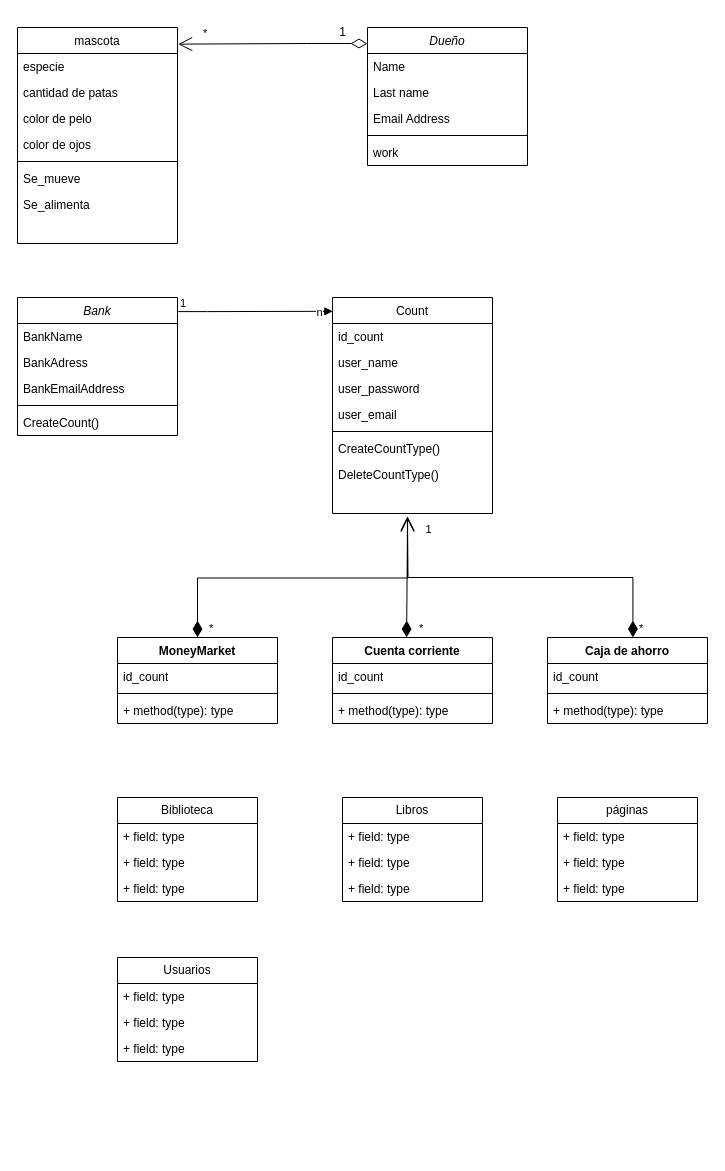
JonathanUrquiza/DER keeps this draw.io diagram as Diagrama de clases.drawio. Above is the earlier version. Source tidied: cells renumbered, new cells numbered last; positions are measured from the earlier drawing's top-left corner, leaving out a move shared by most shapes. Both pictures are drawn from the tidied source at 100%, with x=0, y=0 at pixel (17, 17).
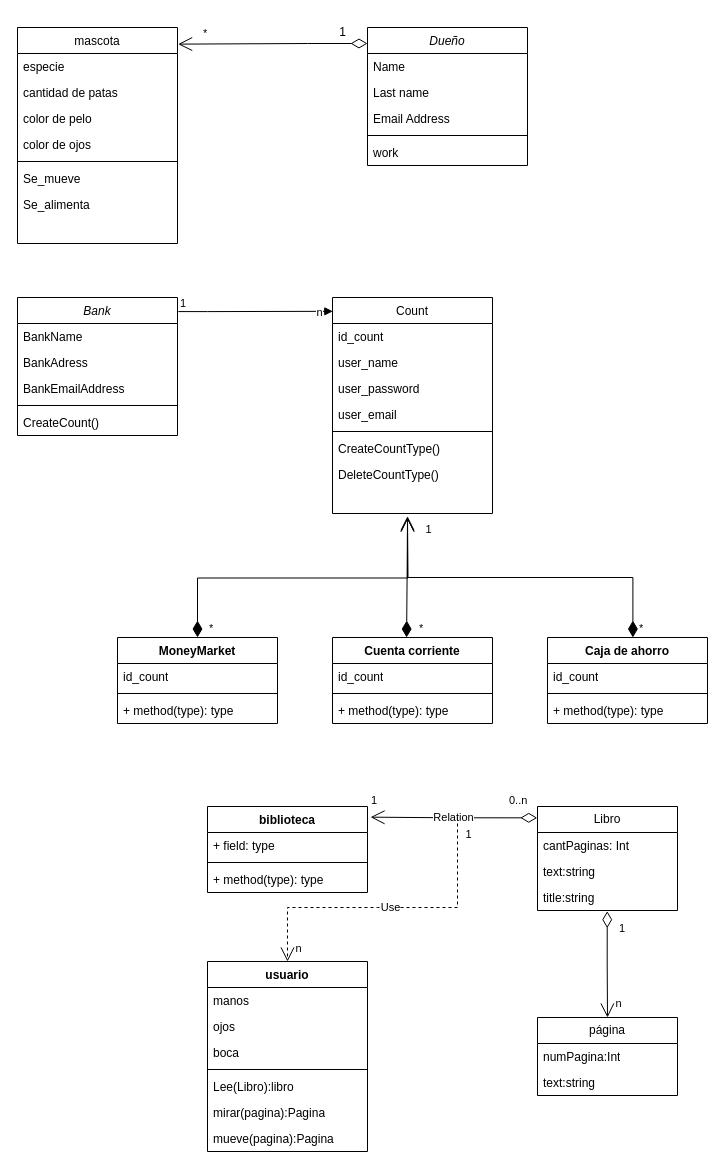
The same page after the edit.

What changed in the source:
```diff
@@
-    <mxCell id="51" value="Biblioteca" style="swimlane;fontStyle=0;horizontal=1;startSize=26;fillColor=none;whiteSpace=wrap;html=1;" parent="1" vertex="1">
-      <mxGeometry x="100" y="780" width="140" height="104" as="geometry" />
-    </mxCell>
-    <mxCell id="52" value="+ field: type" style="text;strokeColor=none;fillColor=none;align=left;verticalAlign=top;spacingLeft=4;spacingRight=4;overflow=hidden;whiteSpace=wrap;html=1;" parent="51" vertex="1">
-      <mxGeometry y="26" width="140" height="26" as="geometry" />
-    </mxCell>
-    <mxCell id="53" value="+ field: type" style="text;strokeColor=none;fillColor=none;align=left;verticalAlign=top;spacingLeft=4;spacingRight=4;overflow=hidden;whiteSpace=wrap;html=1;" parent="51" vertex="1">
-      <mxGeometry y="52" width="140" height="26" as="geometry" />
-    </mxCell>
-    <mxCell id="54" value="+ field: type" style="text;strokeColor=none;fillColor=none;align=left;verticalAlign=top;spacingLeft=4;spacingRight=4;overflow=hidden;whiteSpace=wrap;html=1;" parent="51" vertex="1">
-      <mxGeometry y="78" width="140" height="26" as="geometry" />
-    </mxCell>
-    <mxCell id="55" value="Libros" style="swimlane;fontStyle=0;horizontal=1;startSize=26;fillColor=none;whiteSpace=wrap;html=1;" parent="1" vertex="1">
-      <mxGeometry x="325" y="780" width="140" height="104" as="geometry" />
-    </mxCell>
-    <mxCell id="56" value="+ field: type" style="text;strokeColor=none;fillColor=none;align=left;verticalAlign=top;spacingLeft=4;spacingRight=4;overflow=hidden;whiteSpace=wrap;html=1;" parent="55" vertex="1">
-      <mxGeometry y="26" width="140" height="26" as="geometry" />
-    </mxCell>
-    <mxCell id="57" value="+ field: type" style="text;strokeColor=none;fillColor=none;align=left;verticalAlign=top;spacingLeft=4;spacingRight=4;overflow=hidden;whiteSpace=wrap;html=1;" parent="55" vertex="1">
-      <mxGeometry y="52" width="140" height="26" as="geometry" />
-    </mxCell>
-    <mxCell id="58" value="+ field: type" style="text;strokeColor=none;fillColor=none;align=left;verticalAlign=top;spacingLeft=4;spacingRight=4;overflow=hidden;whiteSpace=wrap;html=1;" parent="55" vertex="1">
-      <mxGeometry y="78" width="140" height="26" as="geometry" />
-    </mxCell>
-    <mxCell id="59" value="páginas" style="swimlane;fontStyle=0;horizontal=1;startSize=26;fillColor=none;whiteSpace=wrap;html=1;" parent="1" vertex="1">
-      <mxGeometry x="540" y="780" width="140" height="104" as="geometry" />
-    </mxCell>
-    <mxCell id="60" value="+ field: type" style="text;strokeColor=none;fillColor=none;align=left;verticalAlign=top;spacingLeft=4;spacingRight=4;overflow=hidden;whiteSpace=wrap;html=1;" parent="59" vertex="1">
-      <mxGeometry y="26" width="140" height="26" as="geometry" />
-    </mxCell>
-    <mxCell id="61" value="+ field: type" style="text;strokeColor=none;fillColor=none;align=left;verticalAlign=top;spacingLeft=4;spacingRight=4;overflow=hidden;whiteSpace=wrap;html=1;" parent="59" vertex="1">
-      <mxGeometry y="52" width="140" height="26" as="geometry" />
-    </mxCell>
-    <mxCell id="62" value="+ field: type" style="text;strokeColor=none;fillColor=none;align=left;verticalAlign=top;spacingLeft=4;spacingRight=4;overflow=hidden;whiteSpace=wrap;html=1;" parent="59" vertex="1">
-      <mxGeometry y="78" width="140" height="26" as="geometry" />
-    </mxCell>
-    <mxCell id="63" value="Usuarios" style="swimlane;fontStyle=0;horizontal=1;startSize=26;fillColor=none;whiteSpace=wrap;html=1;" parent="1" vertex="1">
-      <mxGeometry x="100" y="940" width="140" height="104" as="geometry" />
-    </mxCell>
-    <mxCell id="64" value="+ field: type" style="text;strokeColor=none;fillColor=none;align=left;verticalAlign=top;spacingLeft=4;spacingRight=4;overflow=hidden;whiteSpace=wrap;html=1;" parent="63" vertex="1">
-      <mxGeometry y="26" width="140" height="26" as="geometry" />
-    </mxCell>
-    <mxCell id="65" value="+ field: type" style="text;strokeColor=none;fillColor=none;align=left;verticalAlign=top;spacingLeft=4;spacingRight=4;overflow=hidden;whiteSpace=wrap;html=1;" parent="63" vertex="1">
-      <mxGeometry y="52" width="140" height="26" as="geometry" />
-    </mxCell>
-    <mxCell id="66" value="+ field: type" style="text;strokeColor=none;fillColor=none;align=left;verticalAlign=top;spacingLeft=4;spacingRight=4;overflow=hidden;whiteSpace=wrap;html=1;" parent="63" vertex="1">
-      <mxGeometry y="78" width="140" height="26" as="geometry" />
-    </mxCell>
+    <mxCell id="67" value="usuario" style="swimlane;fontStyle=1;align=center;verticalAlign=top;horizontal=1;startSize=26;whiteSpace=wrap;html=1;" parent="1" vertex="1">
+      <mxGeometry x="190" y="944" width="160" height="190" as="geometry" />
+    </mxCell>
+    <mxCell id="68" value="manos" style="text;strokeColor=none;fillColor=none;align=left;verticalAlign=top;spacingLeft=4;spacingRight=4;overflow=hidden;whiteSpace=wrap;html=1;" parent="67" vertex="1">
+      <mxGeometry y="26" width="160" height="26" as="geometry" />
+    </mxCell>
+    <mxCell id="69" value="ojos" style="text;strokeColor=none;fillColor=none;align=left;verticalAlign=top;spacingLeft=4;spacingRight=4;overflow=hidden;whiteSpace=wrap;html=1;" parent="67" vertex="1">
+      <mxGeometry y="52" width="160" height="26" as="geometry" />
+    </mxCell>
+    <mxCell id="70" value="boca" style="text;strokeColor=none;fillColor=none;align=left;verticalAlign=top;spacingLeft=4;spacingRight=4;overflow=hidden;whiteSpace=wrap;html=1;" parent="67" vertex="1">
+      <mxGeometry y="78" width="160" height="26" as="geometry" />
+    </mxCell>
+    <mxCell id="71" style="line;strokeWidth=1;fillColor=none;align=left;verticalAlign=middle;spacingTop=-1;spacingLeft=3;spacingRight=3;labelPosition=right;strokeColor=inherit;" parent="67" vertex="1">
+      <mxGeometry y="104" width="160" height="8" as="geometry" />
+    </mxCell>
+    <mxCell id="72" value="Lee(Libro):libro" style="text;strokeColor=none;fillColor=none;align=left;verticalAlign=top;spacingLeft=4;spacingRight=4;overflow=hidden;whiteSpace=wrap;html=1;" parent="67" vertex="1">
+      <mxGeometry y="112" width="160" height="26" as="geometry" />
+    </mxCell>
+    <mxCell id="73" value="mirar(pagina):Pagina" style="text;strokeColor=none;fillColor=none;align=left;verticalAlign=top;spacingLeft=4;spacingRight=4;overflow=hidden;whiteSpace=wrap;html=1;" parent="67" vertex="1">
+      <mxGeometry y="138" width="160" height="26" as="geometry" />
+    </mxCell>
+    <mxCell id="74" value="mueve(pagina):Pagina" style="text;strokeColor=none;fillColor=none;align=left;verticalAlign=top;spacingLeft=4;spacingRight=4;overflow=hidden;whiteSpace=wrap;html=1;" parent="67" vertex="1">
+      <mxGeometry y="164" width="160" height="26" as="geometry" />
+    </mxCell>
+    <mxCell id="75" value="página" style="swimlane;fontStyle=0;horizontal=1;startSize=26;fillColor=none;whiteSpace=wrap;html=1;" parent="1" vertex="1">
+      <mxGeometry x="520" y="1000" width="140" height="78" as="geometry" />
+    </mxCell>
+    <mxCell id="76" value="numPagina:Int" style="text;strokeColor=none;fillColor=none;align=left;verticalAlign=top;spacingLeft=4;spacingRight=4;overflow=hidden;whiteSpace=wrap;html=1;" parent="75" vertex="1">
+      <mxGeometry y="26" width="140" height="26" as="geometry" />
+    </mxCell>
+    <mxCell id="77" value="text:string" style="text;strokeColor=none;fillColor=none;align=left;verticalAlign=top;spacingLeft=4;spacingRight=4;overflow=hidden;whiteSpace=wrap;html=1;" parent="75" vertex="1">
+      <mxGeometry y="52" width="140" height="26" as="geometry" />
+    </mxCell>
+    <mxCell id="78" value="biblioteca" style="swimlane;fontStyle=1;align=center;verticalAlign=top;horizontal=1;startSize=26;whiteSpace=wrap;html=1;" parent="1" vertex="1">
+      <mxGeometry x="190" y="789" width="160" height="86" as="geometry" />
+    </mxCell>
+    <mxCell id="79" value="+ field: type" style="text;strokeColor=none;fillColor=none;align=left;verticalAlign=top;spacingLeft=4;spacingRight=4;overflow=hidden;whiteSpace=wrap;html=1;" parent="78" vertex="1">
+      <mxGeometry y="26" width="160" height="26" as="geometry" />
+    </mxCell>
+    <mxCell id="80" style="line;strokeWidth=1;fillColor=none;align=left;verticalAlign=middle;spacingTop=-1;spacingLeft=3;spacingRight=3;labelPosition=right;strokeColor=inherit;" parent="78" vertex="1">
+      <mxGeometry y="52" width="160" height="8" as="geometry" />
+    </mxCell>
+    <mxCell id="81" value="+ method(type): type" style="text;strokeColor=none;fillColor=none;align=left;verticalAlign=top;spacingLeft=4;spacingRight=4;overflow=hidden;whiteSpace=wrap;html=1;" parent="78" vertex="1">
+      <mxGeometry y="60" width="160" height="26" as="geometry" />
+    </mxCell>
+    <mxCell id="82" value="Libro" style="swimlane;fontStyle=0;horizontal=1;startSize=26;fillColor=none;whiteSpace=wrap;html=1;" parent="1" vertex="1">
+      <mxGeometry x="520" y="789" width="140" height="104" as="geometry" />
+    </mxCell>
+    <mxCell id="83" value="cantPaginas: Int" style="text;strokeColor=none;fillColor=none;align=left;verticalAlign=top;spacingLeft=4;spacingRight=4;overflow=hidden;whiteSpace=wrap;html=1;" parent="82" vertex="1">
+      <mxGeometry y="26" width="140" height="26" as="geometry" />
+    </mxCell>
+    <mxCell id="84" value="text:string" style="text;strokeColor=none;fillColor=none;align=left;verticalAlign=top;spacingLeft=4;spacingRight=4;overflow=hidden;whiteSpace=wrap;html=1;" parent="82" vertex="1">
+      <mxGeometry y="52" width="140" height="26" as="geometry" />
+    </mxCell>
+    <mxCell id="85" value="title:string" style="text;strokeColor=none;fillColor=none;align=left;verticalAlign=top;spacingLeft=4;spacingRight=4;overflow=hidden;points=[[0,0.5],[1,0.5]];portConstraint=eastwest;whiteSpace=wrap;html=1;" parent="82" vertex="1">
+      <mxGeometry y="78" width="140" height="26" as="geometry" />
+    </mxCell>
+    <mxCell id="86" value="1" style="endArrow=open;html=1;endSize=12;startArrow=diamondThin;startSize=14;startFill=0;edgeStyle=orthogonalEdgeStyle;align=left;verticalAlign=bottom;rounded=0;entryX=0.5;entryY=0;entryDx=0;entryDy=0;exitX=0.498;exitY=1.026;exitDx=0;exitDy=0;exitPerimeter=0;" parent="1" edge="1" source="85" target="75">
+      <mxGeometry x="-0.51" y="10" relative="1" as="geometry" />
+    </mxCell>
+    <mxCell id="87" value="n" style="edgeLabel;html=1;align=center;verticalAlign=middle;" parent="86" vertex="1">
+      <mxGeometry x="0.67" y="-2" relative="1" as="geometry">
+        <mxPoint x="12" y="3" as="offset" />
+      </mxGeometry>
+    </mxCell>
+    <mxCell id="88" value="Relation" style="endArrow=open;html=1;endSize=12;startArrow=diamondThin;startSize=14;startFill=0;edgeStyle=orthogonalEdgeStyle;rounded=0;exitX=-0.002;exitY=0.109;exitDx=0;exitDy=0;exitPerimeter=0;entryX=1.019;entryY=0.124;entryDx=0;entryDy=0;entryPerimeter=0;" parent="1" edge="1" source="82" target="78">
+      <mxGeometry relative="1" as="geometry" />
+    </mxCell>
+    <mxCell id="89" value="0..n" style="edgeLabel;html=1;align=left;verticalAlign=top;" parent="88" vertex="1">
+      <mxGeometry x="-1" relative="1" as="geometry">
+        <mxPoint x="-30" y="-30" as="offset" />
+      </mxGeometry>
+    </mxCell>
+    <mxCell id="90" value="1" style="edgeLabel;html=1;align=right;verticalAlign=top;" parent="88" vertex="1">
+      <mxGeometry x="1" relative="1" as="geometry">
+        <mxPoint x="7" y="-30" as="offset" />
+      </mxGeometry>
+    </mxCell>
+    <mxCell id="91" value="Use" style="endArrow=open;endSize=12;dashed=1;html=1;rounded=0;entryX=0.5;entryY=0;entryDx=0;entryDy=0;" parent="1" edge="1" target="67">
+      <mxGeometry relative="1" as="geometry">
+        <mxPoint x="440" y="800" as="sourcePoint" />
+        <Array as="points">
+          <mxPoint x="440" y="890" />
+          <mxPoint x="360" y="890" />
+          <mxPoint x="270" y="890" />
+        </Array>
+      </mxGeometry>
+    </mxCell>
+    <mxCell id="92" value="1" style="edgeLabel;html=1;align=center;verticalAlign=middle;" parent="91" vertex="1">
+      <mxGeometry x="-0.9" y="1" relative="1" as="geometry">
+        <mxPoint x="9" as="offset" />
+      </mxGeometry>
+    </mxCell>
+    <mxCell id="93" value="n" style="edgeLabel;html=1;align=center;verticalAlign=middle;" parent="91" vertex="1">
+      <mxGeometry x="0.89" y="-1" relative="1" as="geometry">
+        <mxPoint x="11" y="3" as="offset" />
+      </mxGeometry>
+    </mxCell>
```
